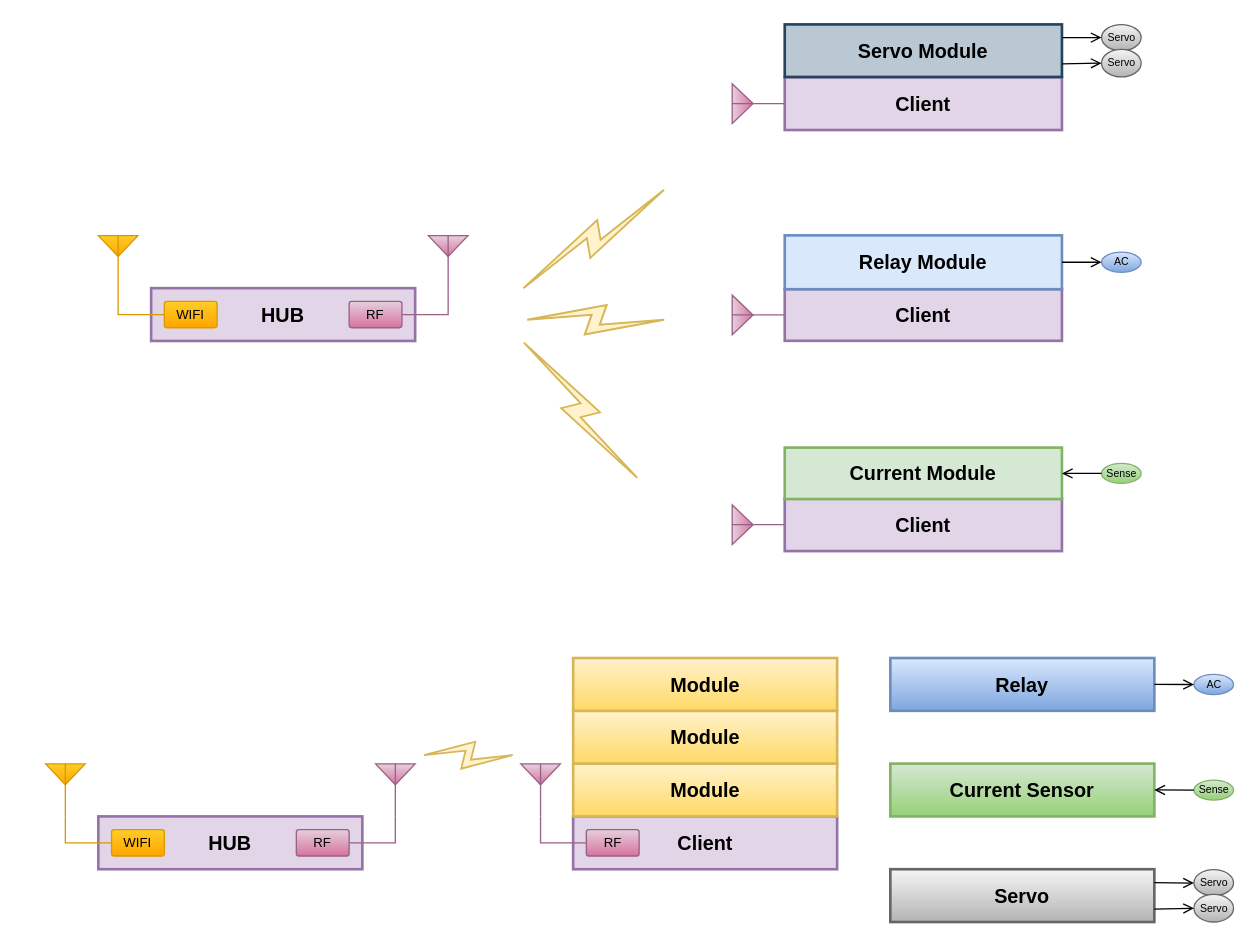
crgmakes/aquarius-design keeps this draw.io diagram as page "Simple Block Diagram" (1 of 8) of system_design.drawio. Above is the earlier version. Source tidied: cells renumbered, new cells numbered last; positions are measured from the earlier drawing's top-left corner, leaving out a move shared by most shapes. Both pictures are drawn from the tidied source at 132%, with x=0, y=0 at pixel (45, 24).
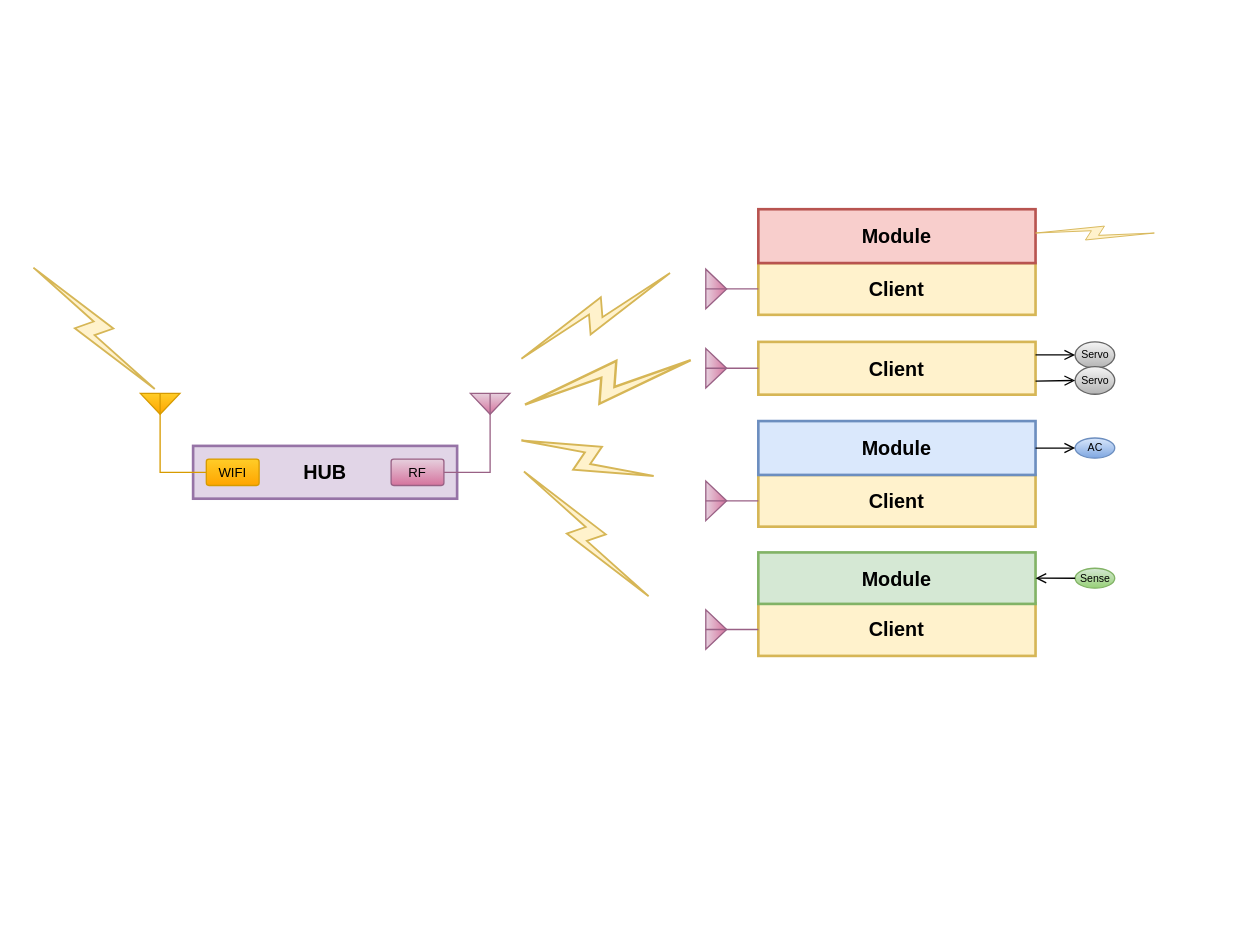
After the change.

Diff of the diagram source:
```diff
@@
     <mxCell id="2" value="HUB" style="rounded=0;whiteSpace=wrap;html=1;fillColor=#e1d5e7;strokeWidth=2;fontStyle=1;fontFamily=Caros;fontSize=15;verticalAlign=middle;strokeColor=#9673a6;" parent="1" vertex="1">
-      <mxGeometry x="80" y="199.8" width="200" height="40" as="geometry" />
+      <mxGeometry x="111.8" y="319.3" width="200" height="40" as="geometry" />
     </mxCell>
-    <mxCell id="3" value="Client" style="rounded=0;whiteSpace=wrap;html=1;fillColor=#e1d5e7;strokeWidth=2;fontStyle=1;fontFamily=Caros;fontSize=15;verticalAlign=middle;strokeColor=#9673a6;" parent="1" vertex="1">
-      <mxGeometry x="560" y="40" width="210" height="40" as="geometry" />
+    <mxCell id="3" value="Client" style="rounded=0;whiteSpace=wrap;html=1;fillColor=#fff2cc;strokeWidth=2;fontStyle=1;fontFamily=Caros;fontSize=15;verticalAlign=middle;strokeColor=#d6b656;" parent="1" vertex="1">
+      <mxGeometry x="540" y="240.5" width="210" height="40" as="geometry" />
     </mxCell>
     <mxCell id="4" style="verticalLabelPosition=bottom;shadow=0;dashed=0;align=center;html=1;verticalAlign=top;shape=mxgraph.electrical.radio.aerial_-_antenna_2;direction=north;fillColor=#e6d0de;gradientColor=#d5739d;strokeColor=#996185;" parent="1" vertex="1">
-      <mxGeometry x="520" y="45" width="40" height="30" as="geometry" />
+      <mxGeometry x="500" y="245.5" width="40" height="30" as="geometry" />
     </mxCell>
-    <mxCell id="5" value="Servo Module" style="rounded=0;whiteSpace=wrap;html=1;fillColor=#bac8d3;strokeWidth=2;fontStyle=1;fontFamily=Caros;fontSize=15;verticalAlign=middle;strokeColor=#23445d;" parent="1" vertex="1">
-      <mxGeometry x="560" width="210" height="39.8" as="geometry" />
-    </mxCell>
     <mxCell id="6" value="Servo" style="ellipse;html=1;fontSize=8;fillColor=#f5f5f5;gradientColor=#b3b3b3;strokeColor=#666666;" parent="1" vertex="1">
-      <mxGeometry x="800" y="0.1" width="30" height="19.8" as="geometry" />
+      <mxGeometry x="780" y="240.5" width="30" height="19.8" as="geometry" />
     </mxCell>
-    <mxCell id="7" style="endArrow=open;html=1;rounded=0;align=center;verticalAlign=top;endFill=0;labelBackgroundColor=none;endSize=6;exitX=1;exitY=0.25;exitDx=0;exitDy=0;" parent="1" edge="1" source="5" target="6">
-      <mxGeometry relative="1" as="geometry" />
+    <mxCell id="7" style="endArrow=open;html=1;rounded=0;align=center;verticalAlign=top;endFill=0;labelBackgroundColor=none;endSize=6;exitX=1;exitY=0.25;exitDx=0;exitDy=0;" parent="1" edge="1" target="6">
+      <mxGeometry relative="1" as="geometry">
+        <mxPoint x="750" y="250.3" as="sourcePoint" />
+      </mxGeometry>
     </mxCell>
     <mxCell id="8" value="Servo" style="ellipse;html=1;fontSize=8;fillColor=#f5f5f5;gradientColor=#b3b3b3;strokeColor=#666666;" parent="1" vertex="1">
-      <mxGeometry x="800" y="18.9" width="30" height="20.9" as="geometry" />
+      <mxGeometry x="780" y="259.3" width="30" height="20.9" as="geometry" />
     </mxCell>
-    <mxCell id="9" style="endArrow=open;html=1;rounded=0;align=center;verticalAlign=top;endFill=0;labelBackgroundColor=none;endSize=6;exitX=1;exitY=0.75;exitDx=0;exitDy=0;" parent="1" edge="1" source="5" target="8">
-      <mxGeometry relative="1" as="geometry" />
+    <mxCell id="9" style="endArrow=open;html=1;rounded=0;align=center;verticalAlign=top;endFill=0;labelBackgroundColor=none;endSize=6;exitX=1;exitY=0.75;exitDx=0;exitDy=0;" parent="1" edge="1" target="8">
+      <mxGeometry relative="1" as="geometry">
+        <mxPoint x="750" y="270.2" as="sourcePoint" />
+      </mxGeometry>
     </mxCell>
-    <mxCell id="10" value="Client" style="rounded=0;whiteSpace=wrap;html=1;fillColor=#e1d5e7;strokeWidth=2;fontStyle=1;fontFamily=Caros;fontSize=15;verticalAlign=middle;strokeColor=#9673a6;" parent="1" vertex="1">
-      <mxGeometry x="560" y="200.5" width="210" height="39.2" as="geometry" />
+    <mxCell id="10" value="Client" style="rounded=0;whiteSpace=wrap;html=1;fillColor=#fff2cc;strokeWidth=2;fontStyle=1;fontFamily=Caros;fontSize=15;verticalAlign=middle;strokeColor=#d6b656;" parent="1" vertex="1">
+      <mxGeometry x="540" y="341.3" width="210" height="39.2" as="geometry" />
     </mxCell>
     <mxCell id="11" style="verticalLabelPosition=bottom;shadow=0;dashed=0;align=center;html=1;verticalAlign=top;shape=mxgraph.electrical.radio.aerial_-_antenna_2;direction=north;fillColor=#e6d0de;gradientColor=#d5739d;strokeColor=#996185;" parent="1" vertex="1">
-      <mxGeometry x="520" y="205.1" width="40" height="30" as="geometry" />
+      <mxGeometry x="500" y="345.9" width="40" height="30" as="geometry" />
     </mxCell>
-    <mxCell id="12" value="Relay Module" style="rounded=0;whiteSpace=wrap;html=1;fillColor=#dae8fc;strokeWidth=2;fontStyle=1;fontFamily=Caros;fontSize=15;verticalAlign=middle;strokeColor=#6c8ebf;" parent="1" vertex="1">
-      <mxGeometry x="560" y="159.8" width="210" height="40.8" as="geometry" />
+    <mxCell id="12" value="Module" style="rounded=0;whiteSpace=wrap;html=1;fillColor=#dae8fc;strokeWidth=2;fontStyle=1;fontFamily=Caros;fontSize=15;verticalAlign=middle;strokeColor=#6c8ebf;" parent="1" vertex="1">
+      <mxGeometry x="540" y="300.5" width="210" height="40.8" as="geometry" />
     </mxCell>
     <mxCell id="13" value="AC" style="ellipse;html=1;fontSize=8;fillColor=#dae8fc;gradientColor=#7ea6e0;strokeColor=#6c8ebf;" parent="1" vertex="1">
-      <mxGeometry x="800" y="172.5" width="30" height="15.3" as="geometry" />
+      <mxGeometry x="780" y="313.3" width="30" height="15.3" as="geometry" />
     </mxCell>
@@
-    <mxCell id="15" value="Client" style="rounded=0;whiteSpace=wrap;html=1;fillColor=#e1d5e7;strokeWidth=2;fontStyle=1;fontFamily=Caros;fontSize=15;verticalAlign=middle;strokeColor=#9673a6;" parent="1" vertex="1">
-      <mxGeometry x="560" y="359" width="210" height="40" as="geometry" />
+    <mxCell id="15" value="Client" style="rounded=0;whiteSpace=wrap;html=1;fillColor=#fff2cc;strokeWidth=2;fontStyle=1;fontFamily=Caros;fontSize=15;verticalAlign=middle;strokeColor=#d6b656;" parent="1" vertex="1">
+      <mxGeometry x="540" y="438.4" width="210" height="40" as="geometry" />
     </mxCell>
     <mxCell id="16" style="verticalLabelPosition=bottom;shadow=0;dashed=0;align=center;html=1;verticalAlign=top;shape=mxgraph.electrical.radio.aerial_-_antenna_2;direction=north;fillColor=#e6d0de;gradientColor=#d5739d;strokeColor=#996185;" parent="1" vertex="1">
-      <mxGeometry x="520" y="364" width="40" height="30" as="geometry" />
+      <mxGeometry x="500" y="443.4" width="40" height="30" as="geometry" />
     </mxCell>
-    <mxCell id="17" value="Current Module" style="rounded=0;whiteSpace=wrap;html=1;fillColor=#d5e8d4;strokeWidth=2;fontStyle=1;fontFamily=Caros;fontSize=15;verticalAlign=middle;strokeColor=#82b366;" parent="1" vertex="1">
-      <mxGeometry x="560" y="320.6" width="210" height="39" as="geometry" />
+    <mxCell id="17" value="Module" style="rounded=0;whiteSpace=wrap;html=1;fillColor=#d5e8d4;strokeWidth=2;fontStyle=1;fontFamily=Caros;fontSize=15;verticalAlign=middle;strokeColor=#82b366;" parent="1" vertex="1">
+      <mxGeometry x="540" y="400" width="210" height="39" as="geometry" />
     </mxCell>
     <mxCell id="18" value="Sense" style="ellipse;html=1;fontSize=8;fillColor=#d5e8d4;gradientColor=#97d077;strokeColor=#82b366;" parent="1" vertex="1">
-      <mxGeometry x="800" y="332.6" width="30" height="15.1" as="geometry" />
+      <mxGeometry x="780" y="412" width="30" height="15.1" as="geometry" />
     </mxCell>
@@
-    <mxCell id="20" style="verticalAlign=top;verticalLabelPosition=bottom;labelPosition=center;align=center;html=1;fillColor=#fff2cc;strokeColor=#d6b656;gradientDirection=north;strokeWidth=2;shape=mxgraph.networks.comm_link;rotation=-90;" parent="1" vertex="1">
-      <mxGeometry x="405.6" y="171.8" width="22.4" height="103.8" as="geometry" />
+    <mxCell id="20" style="verticalAlign=top;verticalLabelPosition=bottom;labelPosition=center;align=center;html=1;fillColor=#fff2cc;strokeColor=#d6b656;gradientDirection=north;strokeWidth=2;shape=mxgraph.networks.comm_link;rotation=-75;" parent="1" vertex="1">
+      <mxGeometry x="399.4" y="276.7" width="22.4" height="103.8" as="geometry" />
     </mxCell>
-    <mxCell id="21" style="verticalAlign=top;verticalLabelPosition=bottom;labelPosition=center;align=center;html=1;fillColor=#fff2cc;strokeColor=#d6b656;gradientDirection=north;strokeWidth=2;shape=mxgraph.networks.comm_link;rotation=-35;direction=south;" parent="1" vertex="1">
-      <mxGeometry x="350.3" y="152.3" width="130" height="20.5" as="geometry" />
+    <mxCell id="21" style="verticalAlign=top;verticalLabelPosition=bottom;labelPosition=center;align=center;html=1;fillColor=#fff2cc;strokeColor=#d6b656;gradientDirection=north;strokeWidth=2;shape=mxgraph.networks.comm_link;rotation=-15;direction=south;" parent="1" vertex="1">
+      <mxGeometry x="361" y="257.1" width="130" height="28.1" as="geometry" />
     </mxCell>
-    <mxCell id="22" style="verticalAlign=top;verticalLabelPosition=bottom;labelPosition=center;align=center;html=1;fillColor=#fff2cc;strokeColor=#d6b656;gradientDirection=north;strokeWidth=2;shape=mxgraph.networks.comm_link;rotation=-40;" parent="1" vertex="1">
-      <mxGeometry x="395.1" y="225.5" width="20.5" height="133.6" as="geometry" />
+    <mxCell id="22" style="verticalAlign=top;verticalLabelPosition=bottom;labelPosition=center;align=center;html=1;fillColor=#fff2cc;strokeColor=#d6b656;gradientDirection=north;strokeWidth=2;shape=mxgraph.networks.comm_link;rotation=-45;" parent="1" vertex="1">
+      <mxGeometry x="399.4" y="319.2" width="20.5" height="133.6" as="geometry" />
     </mxCell>
-    <mxCell id="23" value="HUB" style="rounded=0;whiteSpace=wrap;html=1;fillColor=#e1d5e7;strokeWidth=2;fontStyle=1;fontFamily=Caros;fontSize=15;verticalAlign=middle;strokeColor=#9673a6;" parent="1" vertex="1">
-      <mxGeometry x="40" y="600" width="200" height="40" as="geometry" />
-    </mxCell>
-    <mxCell id="24" value="WIFI" style="rounded=1;arcSize=10;whiteSpace=wrap;html=1;align=center;fillColor=#ffcd28;strokeColor=#d79b00;fontSize=10;gradientColor=#ffa500;" parent="1" vertex="1">
-      <mxGeometry x="50" y="610" width="40" height="20" as="geometry" />
-    </mxCell>
-    <mxCell id="25" style="verticalLabelPosition=bottom;shadow=0;dashed=0;align=center;html=1;verticalAlign=top;shape=mxgraph.electrical.radio.aerial_-_antenna_2;direction=east;fillColor=#ffcd28;gradientColor=#ffa500;strokeColor=#d79b00;" parent="1" vertex="1">
-      <mxGeometry y="560" width="30" height="40" as="geometry" />
-    </mxCell>
-    <mxCell id="26" value="Client" style="rounded=0;whiteSpace=wrap;html=1;fillColor=#e1d5e7;strokeWidth=2;fontStyle=1;fontFamily=Caros;fontSize=15;verticalAlign=middle;strokeColor=#9673a6;" parent="1" vertex="1">
-      <mxGeometry x="399.7" y="600" width="200" height="40" as="geometry" />
-    </mxCell>
-    <mxCell id="27" value="RF" style="rounded=1;arcSize=10;whiteSpace=wrap;html=1;align=center;fillColor=#e6d0de;strokeColor=#996185;fontSize=10;gradientColor=#d5739d;" parent="1" vertex="1">
-      <mxGeometry x="190" y="610" width="40" height="20" as="geometry" />
-    </mxCell>
-    <mxCell id="28" style="verticalLabelPosition=bottom;shadow=0;dashed=0;align=center;html=1;verticalAlign=top;shape=mxgraph.electrical.radio.aerial_-_antenna_2;direction=east;fillColor=#e6d0de;gradientColor=#d5739d;strokeColor=#996185;" parent="1" vertex="1">
-      <mxGeometry x="250" y="560" width="30" height="40" as="geometry" />
-    </mxCell>
-    <mxCell id="29" style="edgeStyle=orthogonalEdgeStyle;rounded=0;jettySize=auto;html=1;entryX=0.5;entryY=1;entryDx=0;entryDy=0;entryPerimeter=0;endArrow=none;startFill=0;fillColor=#e6d0de;gradientColor=#d5739d;strokeColor=#996185;exitX=1;exitY=0.5;exitDx=0;exitDy=0;" parent="1" edge="1" source="27" target="28">
-      <mxGeometry relative="1" as="geometry">
-        <Array as="points">
-          <mxPoint x="250" y="620" />
-          <mxPoint x="265" y="620" />
-        </Array>
-      </mxGeometry>
-    </mxCell>
-    <mxCell id="30" style="endArrow=none;html=1;rounded=0;entryX=0.5;entryY=1;entryDx=0;entryDy=0;entryPerimeter=0;exitX=0;exitY=0.5;exitDx=0;exitDy=0;edgeStyle=orthogonalEdgeStyle;fillColor=#ffcd28;gradientColor=#ffa500;strokeColor=#d79b00;" parent="1" edge="1" source="24" target="25">
-      <mxGeometry relative="1" as="geometry" />
-    </mxCell>
-    <mxCell id="31" value="Module" style="rounded=0;whiteSpace=wrap;html=1;fillColor=#fff2cc;strokeWidth=2;fontStyle=1;fontFamily=Caros;fontSize=15;verticalAlign=middle;strokeColor=#d6b656;gradientColor=#ffd966;" parent="1" vertex="1">
-      <mxGeometry x="399.7" y="560" width="200" height="40" as="geometry" />
-    </mxCell>
-    <mxCell id="32" value="Module" style="rounded=0;whiteSpace=wrap;html=1;fillColor=#fff2cc;strokeWidth=2;fontStyle=1;fontFamily=Caros;fontSize=15;verticalAlign=middle;strokeColor=#d6b656;gradientColor=#ffd966;" parent="1" vertex="1">
-      <mxGeometry x="399.7" y="520" width="200" height="40" as="geometry" />
-    </mxCell>
-    <mxCell id="33" value="Module" style="rounded=0;whiteSpace=wrap;html=1;fillColor=#fff2cc;strokeWidth=2;fontStyle=1;fontFamily=Caros;fontSize=15;verticalAlign=middle;strokeColor=#d6b656;gradientColor=#ffd966;" parent="1" vertex="1">
-      <mxGeometry x="399.7" y="480" width="200" height="40" as="geometry" />
-    </mxCell>
-    <mxCell id="34" value="RF" style="rounded=1;arcSize=10;whiteSpace=wrap;html=1;align=center;fillColor=#e6d0de;strokeColor=#996185;fontSize=10;gradientColor=#d5739d;" parent="1" vertex="1">
-      <mxGeometry x="409.7" y="610" width="40" height="20" as="geometry" />
-    </mxCell>
-    <mxCell id="35" style="verticalLabelPosition=bottom;shadow=0;dashed=0;align=center;html=1;verticalAlign=top;shape=mxgraph.electrical.radio.aerial_-_antenna_2;direction=east;fillColor=#e6d0de;gradientColor=#d5739d;strokeColor=#996185;" parent="1" vertex="1">
-      <mxGeometry x="360" y="560" width="30" height="40" as="geometry" />
-    </mxCell>
-    <mxCell id="36" style="edgeStyle=orthogonalEdgeStyle;rounded=0;jettySize=auto;html=1;entryX=0.5;entryY=1;entryDx=0;entryDy=0;entryPerimeter=0;endArrow=none;startFill=0;fillColor=#e6d0de;gradientColor=#d5739d;strokeColor=#996185;" parent="1" edge="1" source="34" target="35">
-      <mxGeometry relative="1" as="geometry" />
-    </mxCell>
-    <mxCell id="37" value="Relay" style="rounded=0;whiteSpace=wrap;html=1;fillColor=#dae8fc;strokeWidth=2;fontStyle=1;fontFamily=Caros;fontSize=15;verticalAlign=middle;strokeColor=#6c8ebf;gradientColor=#7ea6e0;" parent="1" vertex="1">
-      <mxGeometry x="640" y="480" width="200" height="40" as="geometry" />
-    </mxCell>
-    <mxCell id="38" value="Current Sensor" style="rounded=0;whiteSpace=wrap;html=1;fillColor=#d5e8d4;strokeWidth=2;fontStyle=1;fontFamily=Caros;fontSize=15;verticalAlign=middle;strokeColor=#82b366;gradientColor=#97d077;" parent="1" vertex="1">
-      <mxGeometry x="640" y="560" width="200" height="40" as="geometry" />
-    </mxCell>
-    <mxCell id="39" value="Servo" style="rounded=0;whiteSpace=wrap;html=1;fillColor=#f5f5f5;strokeWidth=2;fontStyle=1;fontFamily=Caros;fontSize=15;verticalAlign=middle;strokeColor=#666666;gradientColor=#b3b3b3;" parent="1" vertex="1">
-      <mxGeometry x="640" y="640" width="200" height="40" as="geometry" />
-    </mxCell>
     <mxCell id="40" value="WIFI" style="rounded=1;arcSize=10;whiteSpace=wrap;html=1;align=center;fillColor=#ffcd28;strokeColor=#d79b00;fontSize=10;gradientColor=#ffa500;" parent="1" vertex="1">
-      <mxGeometry x="90" y="209.8" width="40" height="20" as="geometry" />
+      <mxGeometry x="121.8" y="329.3" width="40" height="20" as="geometry" />
     </mxCell>
     <mxCell id="41" style="verticalLabelPosition=bottom;shadow=0;dashed=0;align=center;html=1;verticalAlign=top;shape=mxgraph.electrical.radio.aerial_-_antenna_2;direction=east;fillColor=#ffcd28;gradientColor=#ffa500;strokeColor=#d79b00;" parent="1" vertex="1">
-      <mxGeometry x="40" y="159.8" width="30" height="40" as="geometry" />
+      <mxGeometry x="71.8" y="279.3" width="30" height="40" as="geometry" />
     </mxCell>
     <mxCell id="42" value="RF" style="rounded=1;arcSize=10;whiteSpace=wrap;html=1;align=center;fillColor=#e6d0de;strokeColor=#996185;fontSize=10;gradientColor=#d5739d;" parent="1" vertex="1">
-      <mxGeometry x="230" y="209.8" width="40" height="20" as="geometry" />
+      <mxGeometry x="261.8" y="329.3" width="40" height="20" as="geometry" />
     </mxCell>
     <mxCell id="43" style="verticalLabelPosition=bottom;shadow=0;dashed=0;align=center;html=1;verticalAlign=top;shape=mxgraph.electrical.radio.aerial_-_antenna_2;direction=east;fillColor=#e6d0de;gradientColor=#d5739d;strokeColor=#996185;" parent="1" vertex="1">
-      <mxGeometry x="290" y="159.8" width="30" height="40" as="geometry" />
+      <mxGeometry x="321.8" y="279.3" width="30" height="40" as="geometry" />
     </mxCell>
     <mxCell id="44" style="edgeStyle=orthogonalEdgeStyle;rounded=0;jettySize=auto;html=1;entryX=0.5;entryY=1;entryDx=0;entryDy=0;entryPerimeter=0;endArrow=none;startFill=0;fillColor=#e6d0de;gradientColor=#d5739d;strokeColor=#996185;exitX=1;exitY=0.5;exitDx=0;exitDy=0;" parent="1" edge="1" source="42" target="43">
       <mxGeometry relative="1" as="geometry">
         <Array as="points">
-          <mxPoint x="290" y="219.8" />
-          <mxPoint x="305" y="219.8" />
+          <mxPoint x="321.8" y="339.3" />
+          <mxPoint x="336.8" y="339.3" />
         </Array>
       </mxGeometry>
     </mxCell>
@@
-    <mxCell id="46" style="verticalAlign=top;verticalLabelPosition=bottom;labelPosition=center;align=center;html=1;fillColor=#fff2cc;strokeColor=#d6b656;gradientDirection=north;strokeWidth=2;shape=mxgraph.networks.comm_link;rotation=-90;" parent="1" vertex="1">
-      <mxGeometry x="310" y="520" width="20.5" height="67.2" as="geometry" />
-    </mxCell>
-    <mxCell id="47" value="Sense" style="ellipse;html=1;fontSize=8;fillColor=#d5e8d4;gradientColor=#97d077;strokeColor=#82b366;" parent="1" vertex="1">
-      <mxGeometry x="870" y="572.5" width="30" height="15.1" as="geometry" />
-    </mxCell>
-    <mxCell id="48" style="endArrow=open;html=1;rounded=0;align=center;verticalAlign=top;endFill=0;labelBackgroundColor=none;endSize=6;" parent="1" edge="1" source="47">
-      <mxGeometry relative="1" as="geometry">
-        <mxPoint x="840" y="579.9" as="targetPoint" />
-      </mxGeometry>
-    </mxCell>
-    <mxCell id="49" value="AC" style="ellipse;html=1;fontSize=8;fillColor=#dae8fc;gradientColor=#7ea6e0;strokeColor=#6c8ebf;" parent="1" vertex="1">
-      <mxGeometry x="870" y="492.4" width="30" height="15.3" as="geometry" />
-    </mxCell>
-    <mxCell id="50" style="endArrow=open;html=1;rounded=0;align=center;verticalAlign=top;endFill=0;labelBackgroundColor=none;endSize=6;" parent="1" edge="1" target="49">
-      <mxGeometry relative="1" as="geometry">
-        <mxPoint x="840" y="499.9" as="sourcePoint" />
-      </mxGeometry>
-    </mxCell>
-    <mxCell id="51" value="Servo" style="ellipse;html=1;fontSize=8;fillColor=#f5f5f5;gradientColor=#b3b3b3;strokeColor=#666666;" parent="1" vertex="1">
-      <mxGeometry x="870" y="640.3" width="30" height="19.8" as="geometry" />
-    </mxCell>
-    <mxCell id="52" style="endArrow=open;html=1;rounded=0;align=center;verticalAlign=top;endFill=0;labelBackgroundColor=none;endSize=6;exitX=1;exitY=0.25;exitDx=0;exitDy=0;" parent="1" edge="1" target="51">
-      <mxGeometry relative="1" as="geometry">
-        <mxPoint x="840" y="650.2" as="sourcePoint" />
-      </mxGeometry>
-    </mxCell>
-    <mxCell id="53" value="Servo" style="ellipse;html=1;fontSize=8;fillColor=#f5f5f5;gradientColor=#b3b3b3;strokeColor=#666666;" parent="1" vertex="1">
-      <mxGeometry x="870" y="659.1" width="30" height="20.9" as="geometry" />
-    </mxCell>
-    <mxCell id="54" style="endArrow=open;html=1;rounded=0;align=center;verticalAlign=top;endFill=0;labelBackgroundColor=none;endSize=6;exitX=1;exitY=0.75;exitDx=0;exitDy=0;" parent="1" edge="1" target="53">
-      <mxGeometry relative="1" as="geometry">
-        <mxPoint x="840" y="670.2" as="sourcePoint" />
-      </mxGeometry>
-    </mxCell>
+    <mxCell id="26" value="Client" style="rounded=0;whiteSpace=wrap;html=1;fillColor=#fff2cc;strokeWidth=2;fontStyle=1;fontFamily=Caros;fontSize=15;verticalAlign=middle;strokeColor=#d6b656;" parent="1" vertex="1">
+      <mxGeometry x="540" y="180.8" width="210" height="39.2" as="geometry" />
+    </mxCell>
+    <mxCell id="55" style="verticalLabelPosition=bottom;shadow=0;dashed=0;align=center;html=1;verticalAlign=top;shape=mxgraph.electrical.radio.aerial_-_antenna_2;direction=north;fillColor=#e6d0de;gradientColor=#d5739d;strokeColor=#996185;" parent="1" vertex="1">
+      <mxGeometry x="500" y="185.4" width="40" height="30" as="geometry" />
+    </mxCell>
+    <mxCell id="56" value="Module" style="rounded=0;whiteSpace=wrap;html=1;fillColor=#f8cecc;strokeWidth=2;fontStyle=1;fontFamily=Caros;fontSize=15;verticalAlign=middle;strokeColor=#b85450;" parent="1" vertex="1">
+      <mxGeometry x="540" y="140" width="210" height="40.8" as="geometry" />
+    </mxCell>
+    <mxCell id="57" style="verticalAlign=top;verticalLabelPosition=bottom;labelPosition=center;align=center;html=1;fillColor=#fff2cc;strokeColor=#d6b656;gradientDirection=north;strokeWidth=2;shape=mxgraph.networks.comm_link;rotation=0;direction=south;" parent="1" vertex="1">
+      <mxGeometry x="750" y="152.8" width="90" height="10.5" as="geometry" />
+    </mxCell>
+    <mxCell id="58" style="verticalAlign=top;verticalLabelPosition=bottom;labelPosition=center;align=center;html=1;fillColor=#fff2cc;strokeColor=#d6b656;gradientDirection=north;strokeWidth=2;shape=mxgraph.networks.comm_link;rotation=-30;direction=south;" parent="1" vertex="1">
+      <mxGeometry x="351.8" y="210.5" width="130" height="20.5" as="geometry" />
+    </mxCell>
+    <mxCell id="59" style="verticalAlign=top;verticalLabelPosition=bottom;labelPosition=center;align=center;html=1;fillColor=#fff2cc;strokeColor=#d6b656;gradientDirection=north;strokeWidth=2;shape=mxgraph.networks.comm_link;rotation=45;direction=south;" parent="1" vertex="1">
+      <mxGeometry x="-28.2" y="220" width="130" height="20.5" as="geometry" />
+    </mxCell>
```
